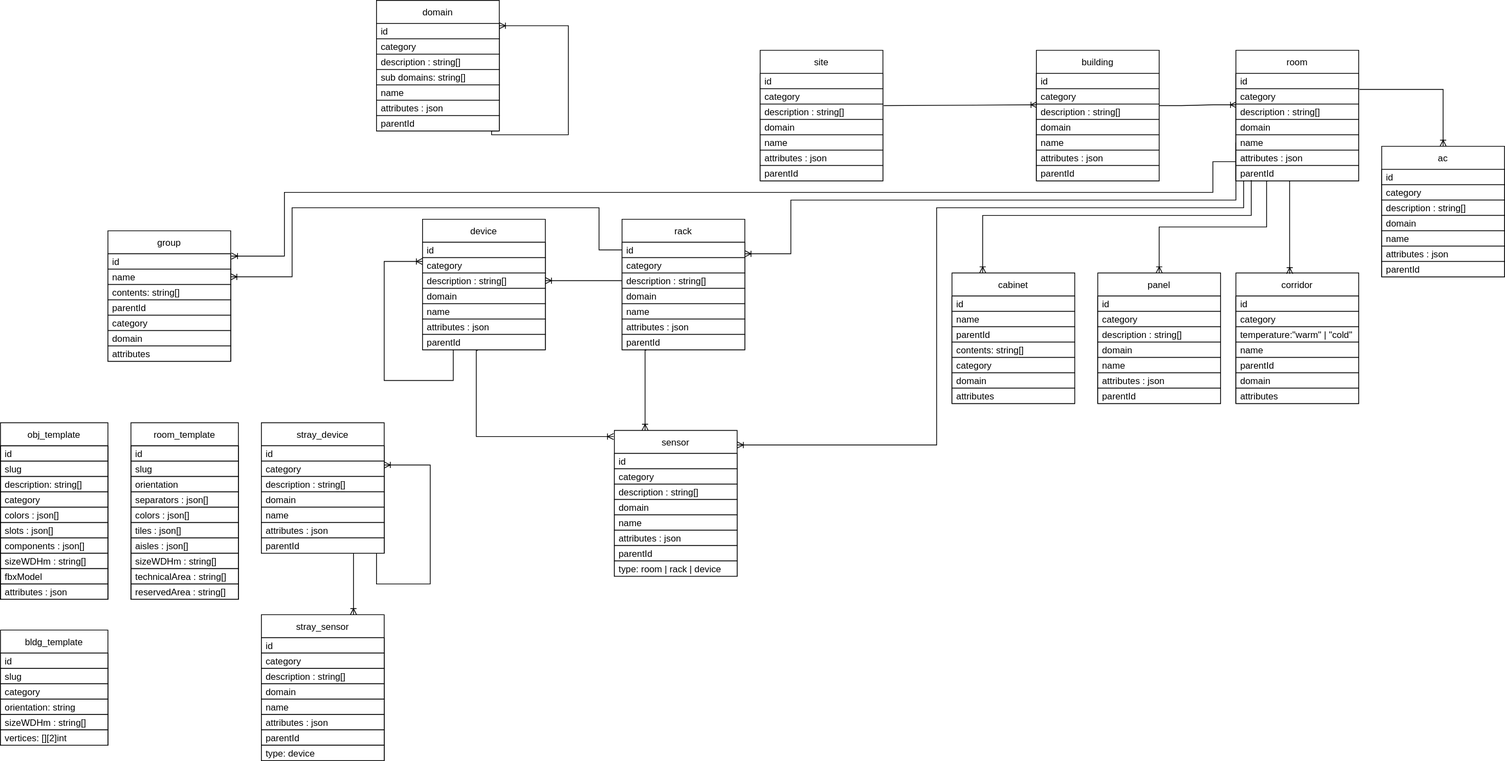
The draw.io diagram resources/diagrams/DB_Diagram.svg in ditrit/OGrEE-Core, before a commit. Source tidied: cells renumbered, new cells last; positions are measured from the earlier drawing's top-left corner, leaving out a move shared by most shapes.
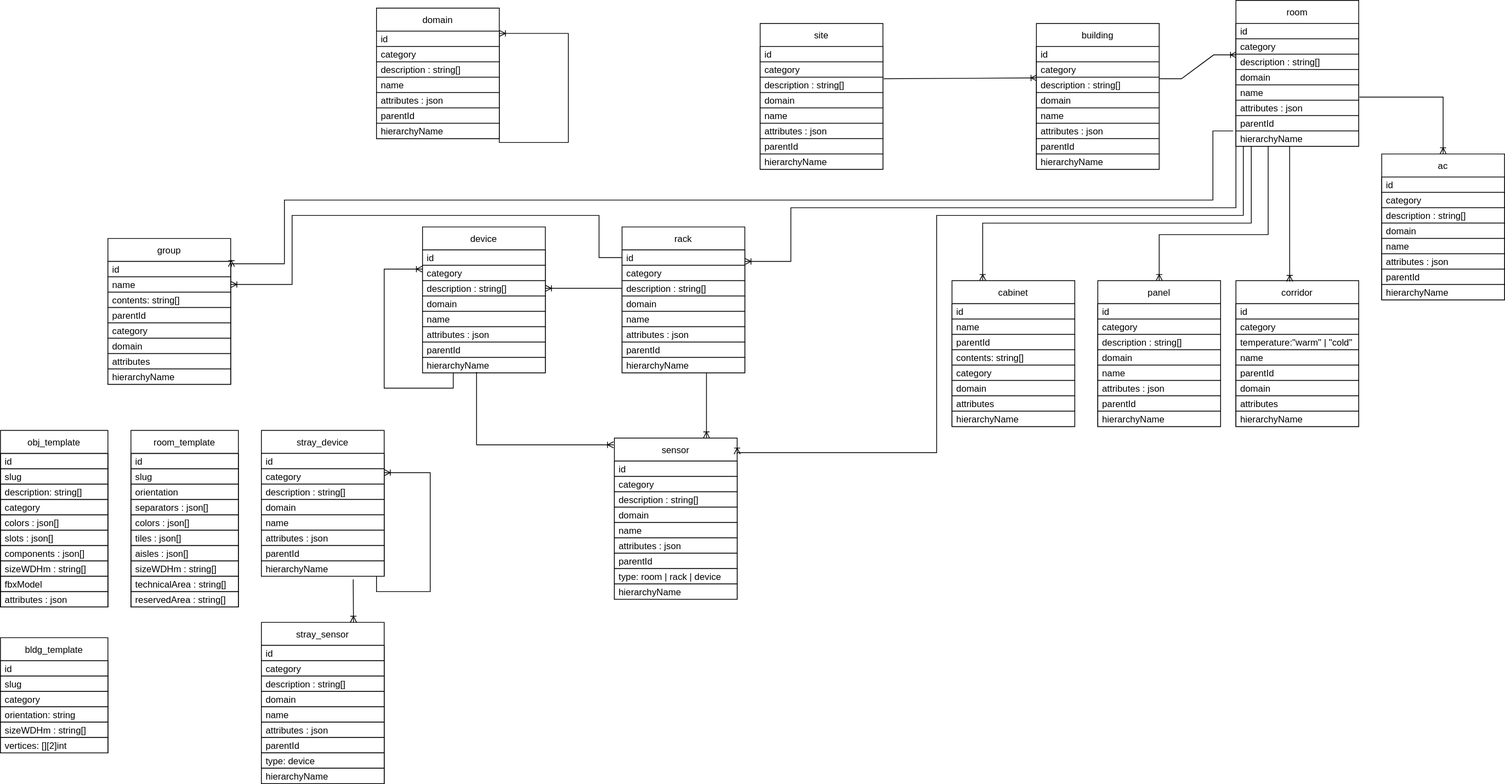
The same file after the commit.

The edit, as a diff of the source:
```diff
@@ -44,3 +44,3 @@
     <mxCell id="15" value="site" style="swimlane;fontStyle=0;horizontal=1;startSize=30;fillColor=default;strokeColor=default;fontColor=default;" parent="1" vertex="1">
-      <mxGeometry x="990" y="65" width="160" height="170" as="geometry" />
+      <mxGeometry x="990" y="20" width="160" height="190" as="geometry" />
     </mxCell>
@@ -67,4 +67,7 @@
     </mxCell>
+    <mxCell id="172" value="hierarchyName" style="text;strokeColor=default;fillColor=default;align=left;verticalAlign=middle;spacingLeft=4;spacingRight=4;overflow=hidden;fontColor=default;" parent="15" vertex="1">
+      <mxGeometry y="170" width="160" height="20" as="geometry" />
+    </mxCell>
     <mxCell id="23" value="building" style="swimlane;fontStyle=0;horizontal=1;startSize=30;fillColor=default;strokeColor=default;fontColor=default;" parent="1" vertex="1">
-      <mxGeometry x="1350" y="65" width="160" height="170" as="geometry" />
+      <mxGeometry x="1350" y="20" width="160" height="190" as="geometry" />
     </mxCell>
@@ -91,4 +94,7 @@
     </mxCell>
+    <mxCell id="173" value="hierarchyName" style="text;strokeColor=default;fillColor=default;align=left;verticalAlign=middle;spacingLeft=4;spacingRight=4;overflow=hidden;fontColor=default;" parent="23" vertex="1">
+      <mxGeometry y="170" width="160" height="20" as="geometry" />
+    </mxCell>
     <mxCell id="31" value="room" style="swimlane;fontStyle=0;horizontal=1;startSize=30;fillColor=default;strokeColor=default;fontColor=default;" parent="1" vertex="1">
-      <mxGeometry x="1610" y="65" width="160" height="170" as="geometry" />
+      <mxGeometry x="1610" y="-10" width="160" height="190" as="geometry" />
     </mxCell>
@@ -124,2 +130,5 @@
     </mxCell>
+    <mxCell id="174" value="hierarchyName" style="text;strokeColor=default;fillColor=default;align=left;verticalAlign=middle;spacingLeft=4;spacingRight=4;overflow=hidden;points=[[0,0.5],[1,0.5]];portConstraint=eastwest;fontColor=default;" parent="31" vertex="1">
+      <mxGeometry y="170" width="160" height="20" as="geometry" />
+    </mxCell>
     <mxCell id="42" style="edgeStyle=orthogonalEdgeStyle;rounded=0;jettySize=auto;html=1;exitX=0;exitY=0.5;exitDx=0;exitDy=0;entryX=1;entryY=0.5;entryDx=0;entryDy=0;labelBackgroundColor=default;fontColor=default;endArrow=ERoneToMany;endFill=0;strokeColor=default;" parent="1" edge="1" source="43" target="54">
@@ -132,3 +141,3 @@
     <mxCell id="43" value="rack" style="swimlane;fontStyle=0;horizontal=1;startSize=30;fillColor=default;strokeColor=default;fontColor=default;" parent="1" vertex="1">
-      <mxGeometry x="810" y="285" width="160" height="170" as="geometry" />
+      <mxGeometry x="810" y="285" width="160" height="190" as="geometry" />
     </mxCell>
@@ -155,4 +164,7 @@
     </mxCell>
+    <mxCell id="175" value="hierarchyName" style="text;strokeColor=default;fillColor=default;align=left;verticalAlign=middle;spacingLeft=4;spacingRight=4;overflow=hidden;fontColor=default;" parent="43" vertex="1">
+      <mxGeometry y="170" width="160" height="20" as="geometry" />
+    </mxCell>
     <mxCell id="51" value="device" style="swimlane;fontStyle=0;horizontal=1;startSize=30;fillColor=default;strokeColor=default;fontColor=default;" parent="1" vertex="1">
-      <mxGeometry x="550" y="285" width="160" height="170" as="geometry" />
+      <mxGeometry x="550" y="285" width="160" height="190" as="geometry" />
     </mxCell>
@@ -189,4 +201,8 @@
     </mxCell>
+    <mxCell id="176" value="hierarchyName" style="text;strokeColor=default;fillColor=default;align=left;verticalAlign=middle;spacingLeft=4;spacingRight=4;overflow=hidden;points=[[0,0.5],[1,0.5]];portConstraint=eastwest;fontColor=default;" parent="51" vertex="1">
+      <mxGeometry y="170" width="160" height="20" as="geometry" />
+    </mxCell>
-    <mxCell id="60" style="endArrow=ERoneToMany;html=1;rounded=0;labelBackgroundColor=default;fontColor=default;strokeColor=default;edgeStyle=orthogonalEdgeStyle;endFill=0;exitX=0;exitY=0.5;exitDx=0;exitDy=0;" parent="1" edge="1" source="36">
+    <mxCell id="60" style="endArrow=ERoneToMany;html=1;rounded=0;labelBackgroundColor=default;fontColor=default;strokeColor=default;edgeStyle=orthogonalEdgeStyle;endFill=0;" parent="1" edge="1">
       <mxGeometry relative="1" as="geometry">
+        <mxPoint x="1610" y="180" as="sourcePoint" />
         <mxPoint x="970" y="330" as="targetPoint" />
@@ -233,3 +249,3 @@
     <mxCell id="72" value="sensor" style="swimlane;fontStyle=0;horizontal=1;startSize=30;fillColor=default;strokeColor=default;fontColor=default;" parent="1" vertex="1">
-      <mxGeometry x="800" y="560" width="160" height="190" as="geometry" />
+      <mxGeometry x="800" y="560" width="160" height="210" as="geometry" />
     </mxCell>
@@ -259,11 +275,6 @@
     </mxCell>
-    <mxCell id="81" style="edgeStyle=orthogonalEdgeStyle;rounded=0;jettySize=auto;html=1;entryX=0.25;entryY=0;entryDx=0;entryDy=0;labelBackgroundColor=default;fontColor=default;endArrow=ERoneToMany;endFill=0;strokeColor=default;exitX=0.194;exitY=1.05;exitDx=0;exitDy=0;exitPerimeter=0;" parent="1" edge="1" source="50" target="72">
-      <mxGeometry relative="1" as="geometry">
-        <Array as="points">
-          <mxPoint x="841" y="455" />
-          <mxPoint x="840" y="455" />
-        </Array>
-      </mxGeometry>
-    </mxCell>
+    <mxCell id="177" value="hierarchyName" style="text;strokeColor=default;fillColor=default;align=left;verticalAlign=middle;spacingLeft=4;spacingRight=4;overflow=hidden;fontColor=default;" parent="72" vertex="1">
+      <mxGeometry y="190" width="160" height="20" as="geometry" />
+    </mxCell>
-    <mxCell id="82" style="edgeStyle=orthogonalEdgeStyle;rounded=0;jettySize=auto;html=1;labelBackgroundColor=default;fontColor=default;endArrow=ERoneToMany;endFill=0;strokeColor=default;entryX=1;entryY=0.1;entryDx=0;entryDy=0;exitX=0.063;exitY=1;exitDx=0;exitDy=0;exitPerimeter=0;entryPerimeter=0;" parent="1" edge="1" source="41" target="72">
+    <mxCell id="82" style="edgeStyle=orthogonalEdgeStyle;rounded=0;jettySize=auto;html=1;labelBackgroundColor=default;fontColor=default;endArrow=ERoneToMany;endFill=0;strokeColor=default;entryX=1;entryY=0.1;entryDx=0;entryDy=0;exitX=0.06;exitY=1;exitDx=0;exitDy=0;exitPerimeter=0;entryPerimeter=0;" parent="1" edge="1" source="174" target="72">
       <mxGeometry relative="1" as="geometry">
@@ -277,3 +288,3 @@
     <mxCell id="83" value="ac" style="swimlane;fontStyle=0;horizontal=1;startSize=30;fillColor=default;strokeColor=default;fontColor=default;" parent="1" vertex="1">
-      <mxGeometry x="1800" y="190" width="160" height="170" as="geometry" />
+      <mxGeometry x="1800" y="190" width="160" height="190" as="geometry" />
     </mxCell>
@@ -303,4 +314,7 @@
     </mxCell>
+    <mxCell id="178" value="hierarchyName" style="text;strokeColor=default;fillColor=default;align=left;verticalAlign=middle;spacingLeft=4;spacingRight=4;overflow=hidden;fontColor=default;" parent="83" vertex="1">
+      <mxGeometry y="170" width="160" height="20" as="geometry" />
+    </mxCell>
     <mxCell id="92" value="corridor" style="swimlane;fontStyle=0;horizontal=1;startSize=30;fillColor=default;strokeColor=default;fontColor=default;" parent="1" vertex="1">
-      <mxGeometry x="1610" y="355" width="160" height="170" as="geometry" />
+      <mxGeometry x="1610" y="355" width="160" height="190" as="geometry" />
     </mxCell>
@@ -333,4 +347,7 @@
     </mxCell>
+    <mxCell id="179" value="hierarchyName" style="text;strokeColor=default;fillColor=default;align=left;verticalAlign=middle;spacingLeft=4;spacingRight=4;overflow=hidden;fontColor=default;" parent="92" vertex="1">
+      <mxGeometry y="170" width="160" height="20" as="geometry" />
+    </mxCell>
     <mxCell id="102" value="group" style="swimlane;fontStyle=0;horizontal=1;startSize=30;fillColor=default;strokeColor=default;fontColor=default;" parent="1" vertex="1">
-      <mxGeometry x="140" y="300" width="160" height="170" as="geometry" />
+      <mxGeometry x="140" y="300" width="160" height="190" as="geometry" />
     </mxCell>
@@ -363,4 +380,7 @@
     </mxCell>
+    <mxCell id="180" value="hierarchyName" style="text;strokeColor=default;fillColor=default;align=left;verticalAlign=middle;spacingLeft=4;spacingRight=4;overflow=hidden;fontColor=default;" parent="102" vertex="1">
+      <mxGeometry y="170" width="160" height="20" as="geometry" />
+    </mxCell>
     <mxCell id="112" value="cabinet" style="swimlane;fontStyle=0;horizontal=1;startSize=30;fillColor=default;strokeColor=default;fontColor=default;" parent="1" vertex="1">
-      <mxGeometry x="1240" y="355" width="160" height="170" as="geometry" />
+      <mxGeometry x="1240" y="355" width="160" height="190" as="geometry" />
     </mxCell>
@@ -393,4 +413,7 @@
     </mxCell>
+    <mxCell id="181" value="hierarchyName" style="text;strokeColor=default;fillColor=default;align=left;verticalAlign=middle;spacingLeft=4;spacingRight=4;overflow=hidden;fontColor=default;" parent="112" vertex="1">
+      <mxGeometry y="170" width="160" height="20" as="geometry" />
+    </mxCell>
     <mxCell id="122" value="panel" style="swimlane;fontStyle=0;horizontal=1;startSize=30;fillColor=default;strokeColor=default;fontColor=default;" parent="1" vertex="1">
-      <mxGeometry x="1430" y="355" width="160" height="170" as="geometry" />
+      <mxGeometry x="1430" y="355" width="160" height="190" as="geometry" />
     </mxCell>
@@ -417,4 +440,8 @@
     </mxCell>
+    <mxCell id="182" value="hierarchyName" style="text;strokeColor=default;fillColor=default;align=left;verticalAlign=middle;spacingLeft=4;spacingRight=4;overflow=hidden;fontColor=default;" parent="122" vertex="1">
+      <mxGeometry y="170" width="160" height="20" as="geometry" />
+    </mxCell>
-    <mxCell id="130" style="endArrow=ERoneToMany;html=1;rounded=0;labelBackgroundColor=default;fontColor=default;strokeColor=default;edgeStyle=orthogonalEdgeStyle;endFill=0;exitX=0.125;exitY=0.95;exitDx=0;exitDy=0;entryX=0.25;entryY=0;entryDx=0;entryDy=0;exitPerimeter=0;" parent="1" edge="1" source="41" target="112">
+    <mxCell id="130" style="endArrow=ERoneToMany;html=1;rounded=0;labelBackgroundColor=default;fontColor=default;strokeColor=default;edgeStyle=orthogonalEdgeStyle;endFill=0;entryX=0.25;entryY=0;entryDx=0;entryDy=0;" parent="1" edge="1" target="112">
       <mxGeometry relative="1" as="geometry">
+        <mxPoint x="1630" y="180" as="sourcePoint" />
         <Array as="points">
@@ -425,4 +452,5 @@
     </mxCell>
-    <mxCell id="131" style="endArrow=ERoneToMany;html=1;rounded=0;labelBackgroundColor=default;fontColor=default;strokeColor=default;edgeStyle=orthogonalEdgeStyle;endFill=0;exitX=1.006;exitY=0.05;exitDx=0;exitDy=0;exitPerimeter=0;entryX=0.5;entryY=0;entryDx=0;entryDy=0;" parent="1" edge="1" source="33" target="83">
+    <mxCell id="131" style="endArrow=ERoneToMany;html=1;rounded=0;labelBackgroundColor=default;fontColor=default;strokeColor=default;edgeStyle=orthogonalEdgeStyle;endFill=0;entryX=0.5;entryY=0;entryDx=0;entryDy=0;" parent="1" edge="1" target="83">
       <mxGeometry relative="1" as="geometry">
+        <mxPoint x="1771" y="116" as="sourcePoint" />
         <Array as="points">
@@ -432,7 +460,7 @@
     </mxCell>
-    <mxCell id="132" style="endArrow=ERoneToMany;html=1;rounded=0;labelBackgroundColor=default;fontColor=default;strokeColor=default;edgeStyle=orthogonalEdgeStyle;endFill=0;entryX=0.5;entryY=0;entryDx=0;entryDy=0;exitX=0.263;exitY=1;exitDx=0;exitDy=0;exitPerimeter=0;" parent="1" edge="1" source="41" target="122">
+    <mxCell id="132" style="endArrow=ERoneToMany;html=1;rounded=0;labelBackgroundColor=default;fontColor=default;strokeColor=default;edgeStyle=orthogonalEdgeStyle;endFill=0;entryX=0.5;entryY=0;entryDx=0;entryDy=0;" parent="1" edge="1" target="122">
       <mxGeometry relative="1" as="geometry">
+        <mxPoint x="1652" y="180" as="sourcePoint" />
         <Array as="points">
-          <mxPoint x="1650" y="235" />
-          <mxPoint x="1650" y="295" />
+          <mxPoint x="1652" y="295" />
           <mxPoint x="1510" y="295" />
@@ -443,10 +471,9 @@
       <mxGeometry relative="1" as="geometry">
-        <mxPoint x="1680" y="235" as="sourcePoint" />
+        <mxPoint x="1680" y="180" as="sourcePoint" />
       </mxGeometry>
     </mxCell>
-    <mxCell id="134" style="edgeStyle=orthogonalEdgeStyle;rounded=0;jettySize=auto;html=1;labelBackgroundColor=default;fontColor=default;endArrow=ERoneToMany;endFill=0;strokeColor=default;entryX=-0.006;entryY=0.042;entryDx=0;entryDy=0;entryPerimeter=0;exitX=0.45;exitY=1.05;exitDx=0;exitDy=0;exitPerimeter=0;" parent="1" edge="1" source="58" target="72">
+    <mxCell id="134" style="edgeStyle=orthogonalEdgeStyle;rounded=0;jettySize=auto;html=1;labelBackgroundColor=default;fontColor=default;endArrow=ERoneToMany;endFill=0;strokeColor=default;entryX=-0.006;entryY=0.042;entryDx=0;entryDy=0;entryPerimeter=0;exitX=0.44;exitY=0.95;exitDx=0;exitDy=0;exitPerimeter=0;" parent="1" edge="1" source="176" target="72">
       <mxGeometry relative="1" as="geometry">
         <Array as="points">
-          <mxPoint x="620" y="456" />
-          <mxPoint x="620" y="568" />
+          <mxPoint x="620" y="569" />
         </Array>
@@ -465,7 +492,6 @@
     </mxCell>
-    <mxCell id="136" style="edgeStyle=orthogonalEdgeStyle;rounded=0;jettySize=auto;html=1;labelBackgroundColor=default;fontColor=default;endArrow=ERoneToMany;endFill=0;strokeColor=default;entryX=1.006;entryY=0.194;entryDx=0;entryDy=0;entryPerimeter=0;" parent="1" edge="1" target="102">
+    <mxCell id="136" style="edgeStyle=orthogonalEdgeStyle;rounded=0;jettySize=auto;html=1;labelBackgroundColor=default;fontColor=default;endArrow=ERoneToMany;endFill=0;strokeColor=default;entryX=1.006;entryY=0.194;entryDx=0;entryDy=0;entryPerimeter=0;exitX=-0.023;exitY=0;exitDx=0;exitDy=0;exitPerimeter=0;" parent="1" edge="1" source="174" target="102">
       <mxGeometry relative="1" as="geometry">
-        <mxPoint x="1610" y="210" as="sourcePoint" />
         <Array as="points">
-          <mxPoint x="1580" y="210" />
+          <mxPoint x="1580" y="160" />
           <mxPoint x="1580" y="250" />
@@ -477,3 +503,3 @@
     <mxCell id="137" value="stray_device" style="swimlane;fontStyle=0;horizontal=1;startSize=30;fillColor=default;strokeColor=default;fontColor=default;" parent="1" vertex="1">
-      <mxGeometry x="340" y="550" width="160" height="170" as="geometry" />
+      <mxGeometry x="340" y="550" width="160" height="190" as="geometry" />
     </mxCell>
@@ -512,4 +538,7 @@
     </mxCell>
+    <mxCell id="183" value="hierarchyName" style="text;strokeColor=default;fillColor=default;align=left;verticalAlign=middle;spacingLeft=4;spacingRight=4;overflow=hidden;points=[[0,0.5],[1,0.5]];portConstraint=eastwest;fontColor=default;" parent="137" vertex="1">
+      <mxGeometry y="170" width="160" height="20" as="geometry" />
+    </mxCell>
     <mxCell id="146" value="stray_sensor" style="swimlane;fontStyle=0;horizontal=1;startSize=30;fillColor=default;strokeColor=default;fontColor=default;" parent="1" vertex="1">
-      <mxGeometry x="340" y="800" width="160" height="190" as="geometry" />
+      <mxGeometry x="340" y="800" width="160" height="210" as="geometry" />
     </mxCell>
@@ -539,8 +568,10 @@
     </mxCell>
+    <mxCell id="184" value="hierarchyName" style="text;strokeColor=default;fillColor=default;align=left;verticalAlign=middle;spacingLeft=4;spacingRight=4;overflow=hidden;fontColor=default;" parent="146" vertex="1">
+      <mxGeometry y="190" width="160" height="20" as="geometry" />
+    </mxCell>
-    <mxCell id="155" style="endArrow=ERoneToMany;html=1;rounded=0;labelBackgroundColor=default;fontColor=default;strokeColor=default;edgeStyle=orthogonalEdgeStyle;endFill=0;exitX=0.5;exitY=1;exitDx=0;exitDy=0;entryX=0.75;entryY=0;entryDx=0;entryDy=0;" parent="1" edge="1" target="146">
+    <mxCell id="155" style="endArrow=ERoneToMany;html=1;rounded=0;labelBackgroundColor=default;fontColor=default;strokeColor=default;edgeStyle=orthogonalEdgeStyle;endFill=0;entryX=0.75;entryY=0;entryDx=0;entryDy=0;exitX=0.748;exitY=1.2;exitDx=0;exitDy=0;exitPerimeter=0;" parent="1" edge="1" source="183" target="146">
       <mxGeometry relative="1" as="geometry">
-        <mxPoint x="460" y="720" as="sourcePoint" />
         <Array as="points">
-          <mxPoint x="460" y="760" />
-          <mxPoint x="460" y="760" />
+          <mxPoint x="460" y="750" />
+          <mxPoint x="460" y="750" />
         </Array>
@@ -581,13 +612,10 @@
     </mxCell>
-    <mxCell id="167" value="sub domains: string[]" style="text;strokeColor=default;fillColor=default;align=left;verticalAlign=middle;spacingLeft=4;spacingRight=4;overflow=hidden;fontColor=default;" parent="163" vertex="1">
-      <mxGeometry y="90" width="160" height="20" as="geometry" />
-    </mxCell>
     <mxCell id="168" value="name" style="text;strokeColor=default;fillColor=default;align=left;verticalAlign=middle;spacingLeft=4;spacingRight=4;overflow=hidden;fontColor=default;" parent="163" vertex="1">
-      <mxGeometry y="110" width="160" height="20" as="geometry" />
+      <mxGeometry y="90" width="160" height="20" as="geometry" />
     </mxCell>
     <mxCell id="169" value="attributes : json" style="text;strokeColor=default;fillColor=default;align=left;verticalAlign=middle;spacingLeft=4;spacingRight=4;overflow=hidden;fontColor=default;" parent="163" vertex="1">
-      <mxGeometry y="130" width="160" height="20" as="geometry" />
+      <mxGeometry y="110" width="160" height="20" as="geometry" />
     </mxCell>
     <mxCell id="170" value="parentId" style="text;strokeColor=default;fillColor=default;align=left;verticalAlign=middle;spacingLeft=4;spacingRight=4;overflow=hidden;points=[[0,0.5],[1,0.5]];portConstraint=eastwest;fontColor=default;" parent="163" vertex="1">
-      <mxGeometry y="150" width="160" height="20" as="geometry" />
+      <mxGeometry y="130" width="160" height="20" as="geometry" />
     </mxCell>
@@ -596,4 +624,5 @@
         <Array as="points">
-          <mxPoint x="150" y="170" />
-          <mxPoint x="150" y="175" />
+          <mxPoint x="159" y="170" />
+          <mxPoint x="160" y="170" />
+          <mxPoint x="160" y="175" />
           <mxPoint x="250" y="175" />
@@ -603,2 +632,10 @@
     </mxCell>
+    <mxCell id="185" value="hierarchyName" style="text;strokeColor=default;fillColor=default;align=left;verticalAlign=middle;spacingLeft=4;spacingRight=4;overflow=hidden;fontColor=default;" parent="163" vertex="1">
+      <mxGeometry y="150" width="160" height="20" as="geometry" />
+    </mxCell>
+    <mxCell id="186" style="endArrow=ERoneToMany;html=1;rounded=0;labelBackgroundColor=default;fontColor=default;strokeColor=default;edgeStyle=orthogonalEdgeStyle;endFill=0;entryX=0.75;entryY=0;entryDx=0;entryDy=0;" parent="1" edge="1" target="72">
+      <mxGeometry relative="1" as="geometry">
+        <mxPoint x="920" y="475" as="sourcePoint" />
+      </mxGeometry>
+    </mxCell>
   </root>
```
